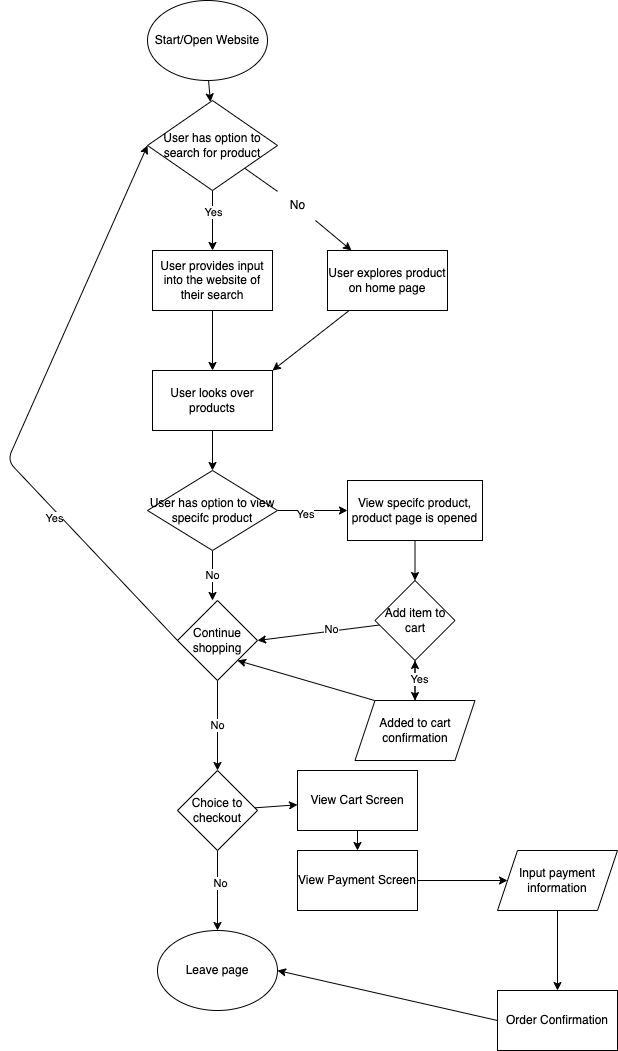
The draw.io diagram explore/diagramming/diagram.drawio.png in cdelira9/sp24-cse110-lab4, before a commit. Source tidied: cells renumbered, new cells last; positions are measured from the earlier drawing's top-left corner, leaving out a move shared by most shapes.
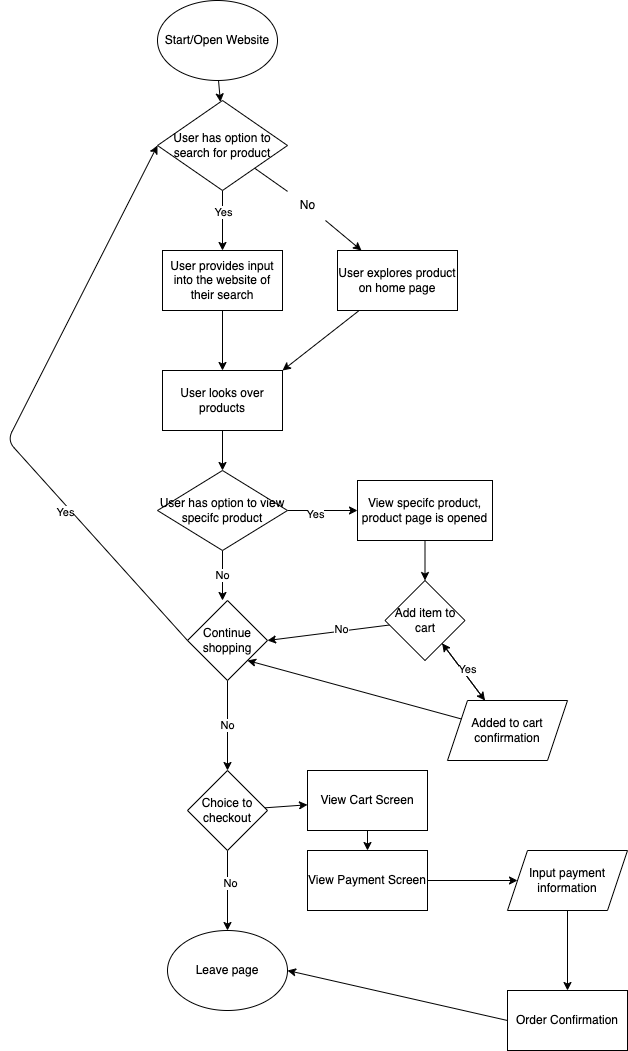
Above is the later version.

Change to the diagram source:
```diff
@@ -91,9 +91,9 @@
       </mxGeometry>
     </mxCell>
     <mxCell id="28" value="Added to cart confirmation" style="shape=parallelogram;perimeter=parallelogramPerimeter;whiteSpace=wrap;html=1;fixedSize=1;" parent="1" vertex="1">
-      <mxGeometry x="347.5" y="700" width="120" height="60" as="geometry" />
+      <mxGeometry x="430" y="700" width="120" height="60" as="geometry" />
     </mxCell>
-    <mxCell id="29" style="endArrow=classic;html=1;entryX=1;entryY=1;entryDx=0;entryDy=0;exitX=0.163;exitY=0;exitDx=0;exitDy=0;exitPerimeter=0;" parent="1" edge="1" source="28" target="31">
+    <mxCell id="29" style="endArrow=classic;html=1;entryX=1;entryY=1;entryDx=0;entryDy=0;exitX=0;exitY=0.25;exitDx=0;exitDy=0;" parent="1" edge="1" source="28" target="31">
       <mxGeometry relative="1" as="geometry" />
     </mxCell>
     <mxCell id="30" value="No" style="edgeStyle=none;html=1;" parent="1" edge="1" source="31">
@@ -107,7 +107,7 @@
     <mxCell id="32" style="endArrow=classic;html=1;entryX=0;entryY=0.5;entryDx=0;entryDy=0;exitX=0;exitY=0.5;exitDx=0;exitDy=0;" parent="1" edge="1" source="31" target="7">
       <mxGeometry relative="1" as="geometry">
         <Array as="points">
-          <mxPoint y="460" />
+          <mxPoint x="-10" y="440" />
         </Array>
       </mxGeometry>
     </mxCell>
```
